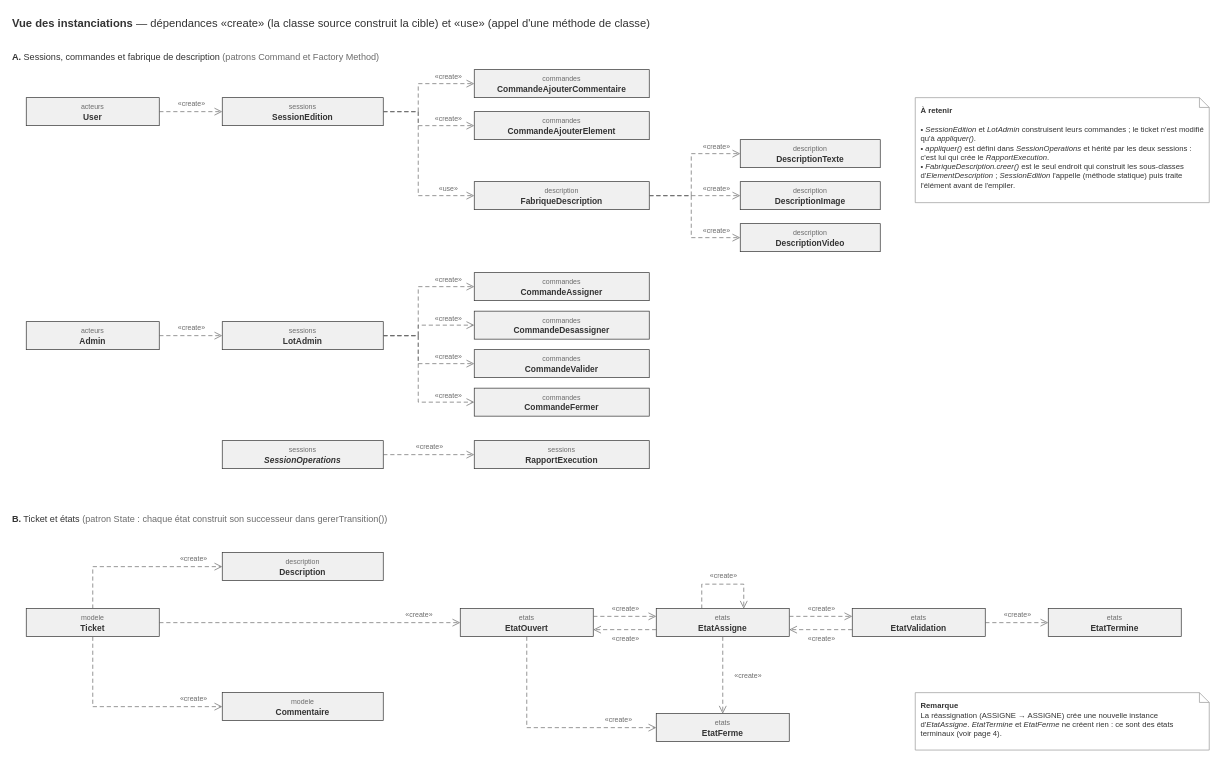
Earlier version of the draw.io diagram page "2 · Instanciations («create»)" (2 of 4) of documents/Lab2_6GEI311_diagramme_classes_partie2.drawio (abdoulrazackZONGO/Laboratoire4_6GEI311). Source tidied: cells renumbered, new cells numbered last; positions are measured from the earlier drawing's top-left corner, leaving out a move shared by most shapes. Both pictures are drawn from the tidied source at 70%, with x=0, y=0 at pixel (12, 12).
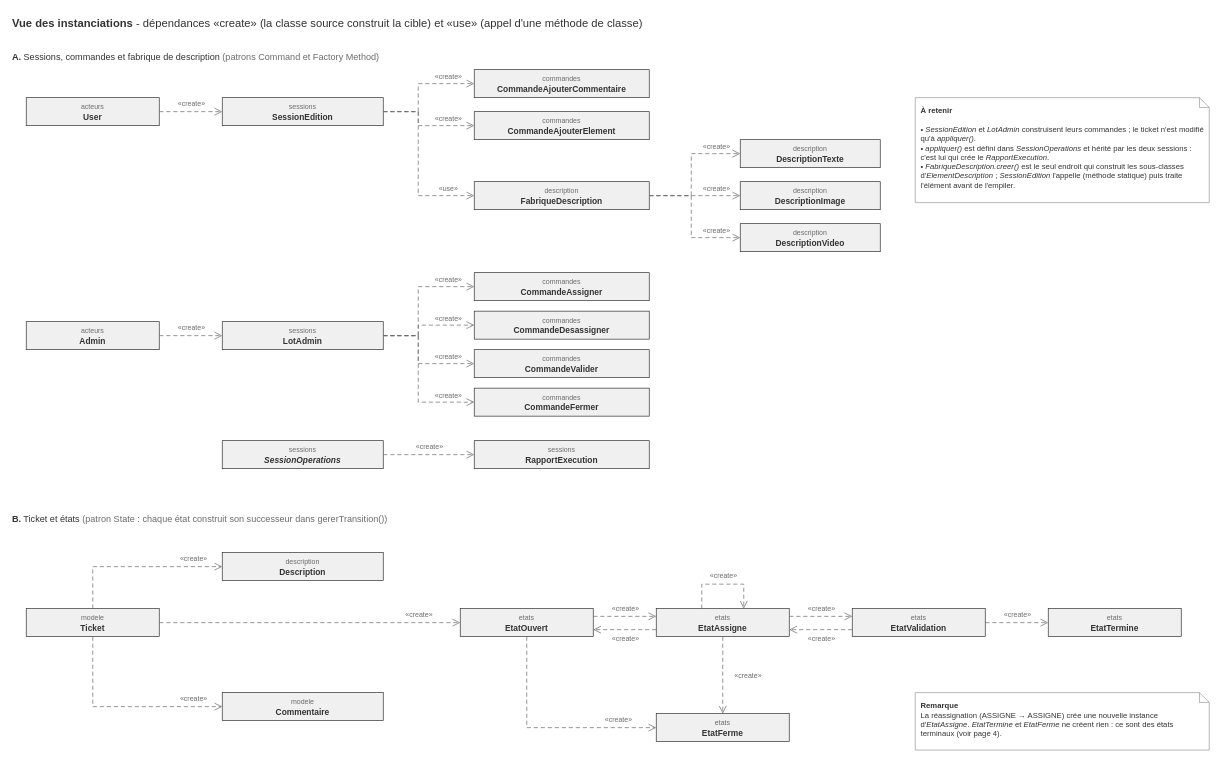
The same page after the edit.

Change to the diagram source:
```diff
@@
-    <mxCell id="2" value="&lt;b&gt;Vue des instanciations&lt;/b&gt; — dépendances «create» (la classe source construit la cible) et «use» (appel d'une méthode de classe)" style="text;html=1;align=left;verticalAlign=middle;whiteSpace=wrap;fontFamily=Helvetica;fontSize=16;fontColor=#333333;fontStyle=0;strokeColor=none;fillColor=none;spacing=0;" parent="1" vertex="1">
+    <mxCell id="2" value="&lt;b&gt;Vue des instanciations&lt;/b&gt; - dépendances «create» (la classe source construit la cible) et «use» (appel d'une méthode de classe)" style="text;html=1;align=left;verticalAlign=middle;whiteSpace=wrap;fontFamily=Helvetica;fontSize=16;fontColor=#333333;fontStyle=0;strokeColor=none;fillColor=none;spacing=0;" parent="1" vertex="1">
       <mxGeometry width="1700" height="30" as="geometry" />
     </mxCell>
```
